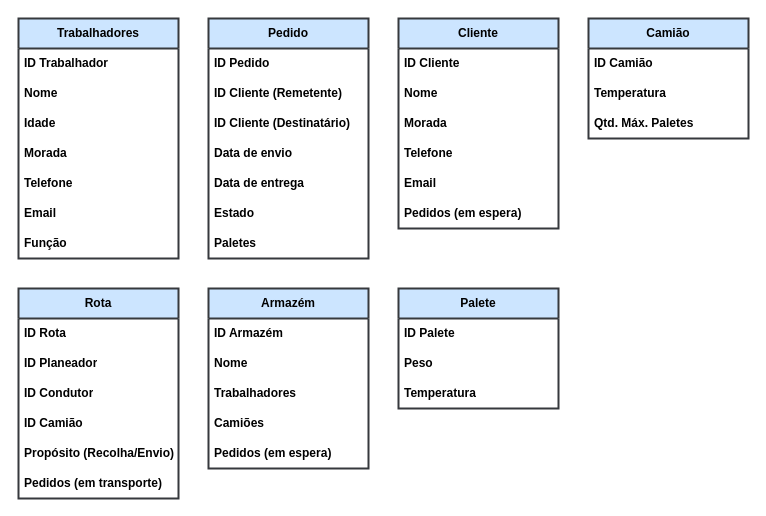
Above: page "Conceito" (1 of 3) of Diagramas/diagramas.drawio in VicLourenco40/dwdm-sql-logistica (draw.io), before the change. Source tidied: cells renumbered, new cells numbered last; positions are measured from the earlier drawing's top-left corner, leaving out a move shared by most shapes. Both pictures are drawn from the tidied source at 100%, with x=0, y=0 at pixel (18, 18).
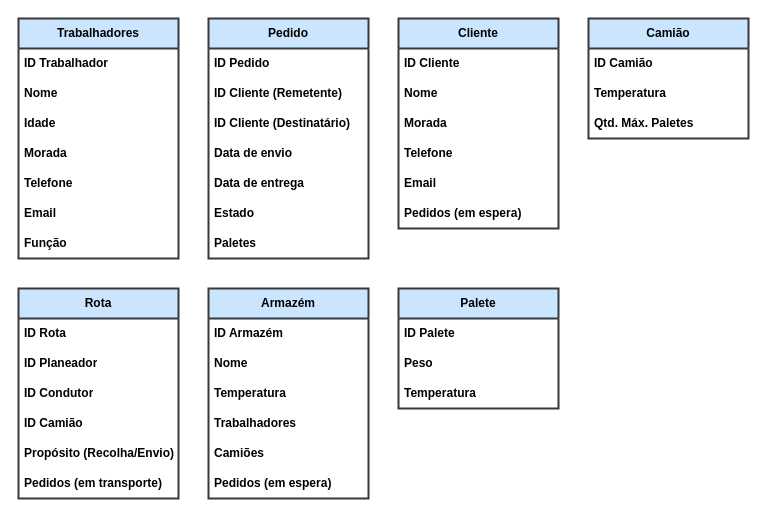
The same diagram, later.

Commit message (it also covers changes not shown here):
Adicionar temperatura a armazém

Change to the diagram source:
```diff
@@
     <mxCell id="40" value="Armazém" style="swimlane;fontStyle=1;horizontal=1;startSize=30;whiteSpace=wrap;html=1;strokeWidth=2;fillColor=#cce5ff;strokeColor=#36393d;swimlaneFillColor=default;" parent="1" vertex="1">
-      <mxGeometry x="190" y="270" width="160" height="180" as="geometry" />
+      <mxGeometry x="190" y="270" width="160" height="210" as="geometry" />
     </mxCell>
@@
+    <mxCell id="46" value="Temperatura" style="text;align=left;verticalAlign=middle;spacingLeft=4;spacingRight=4;overflow=hidden;whiteSpace=wrap;html=1;strokeWidth=2;fontStyle=1;" parent="40" vertex="1">
+      <mxGeometry y="90" width="160" height="30" as="geometry" />
+    </mxCell>
     <mxCell id="43" value="Trabalhadores" style="text;align=left;verticalAlign=middle;spacingLeft=4;spacingRight=4;overflow=hidden;whiteSpace=wrap;html=1;strokeWidth=2;fontStyle=1;" parent="40" vertex="1">
-      <mxGeometry y="90" width="160" height="30" as="geometry" />
+      <mxGeometry y="120" width="160" height="30" as="geometry" />
     </mxCell>
     <mxCell id="44" value="Camiões" style="text;align=left;verticalAlign=middle;spacingLeft=4;spacingRight=4;overflow=hidden;whiteSpace=wrap;html=1;strokeWidth=2;fontStyle=1;" parent="40" vertex="1">
-      <mxGeometry y="120" width="160" height="30" as="geometry" />
+      <mxGeometry y="150" width="160" height="30" as="geometry" />
     </mxCell>
     <mxCell id="45" value="Pedidos (em espera)" style="text;align=left;verticalAlign=middle;spacingLeft=4;spacingRight=4;overflow=hidden;whiteSpace=wrap;html=1;strokeWidth=2;fontStyle=1;" parent="40" vertex="1">
-      <mxGeometry y="150" width="160" height="30" as="geometry" />
+      <mxGeometry y="180" width="160" height="30" as="geometry" />
     </mxCell>
```
